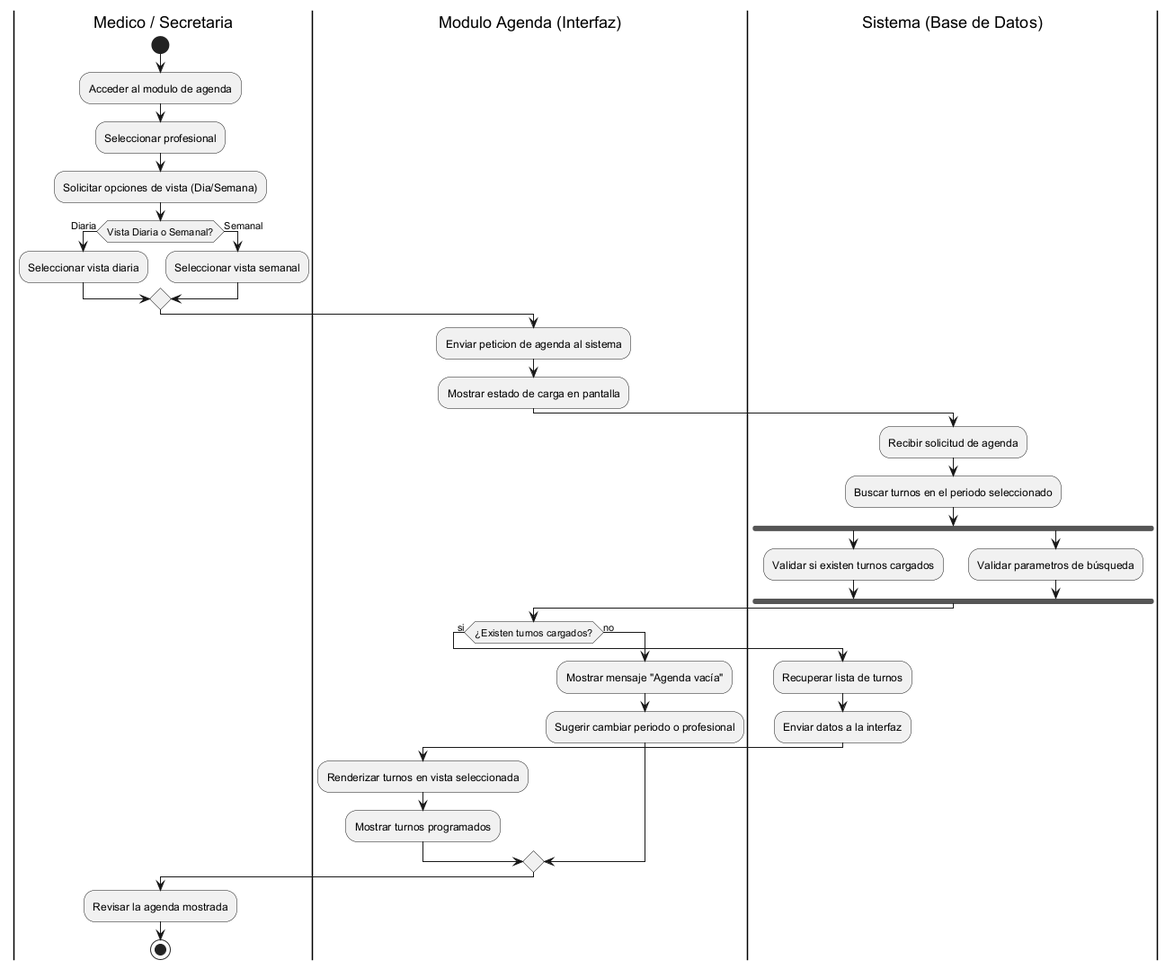
Above: diagramas/04-diagramas-actividades/04-actividad-visualizar-agenda-medica-04.png in Purezaamor/SistemaTurnosMedicos (PlantUML), before the change. The source it was exported from:
```plantuml
@startuml
|Medico / Secretaria|
start
:Acceder al modulo de agenda;
:Seleccionar profesional;
:Solicitar opciones de vista (Dia/Semana);
if (Vista Diaria o Semanal?) then (Diaria)
    :Seleccionar vista diaria;
else (Semanal)
    :Seleccionar vista semanal;
endif

|Modulo Agenda (Interfaz)|
:Enviar peticion de agenda al sistema;
:Mostrar estado de carga en pantalla;

|Sistema (Base de Datos)|
:Recibir solicitud de agenda;
:Buscar turnos en el periodo seleccionado;
fork
    :Validar si existen turnos cargados;
fork again
    :Validar parametros de búsqueda;
end fork

|Modulo Agenda (Interfaz)|
if (¿Existen turnos cargados?) then (si)
    |Sistema (Base de Datos)|
    :Recuperar lista de turnos;
    :Enviar datos a la interfaz;
    |Modulo Agenda (Interfaz)|
    :Renderizar turnos en vista seleccionada;
    :Mostrar turnos programados;
else (no)
    |Modulo Agenda (Interfaz)|
    :Mostrar mensaje "Agenda vacía";
    :Sugerir cambiar periodo o profesional;
endif

|Medico / Secretaria|
:Revisar la agenda mostrada;
stop
@enduml
```
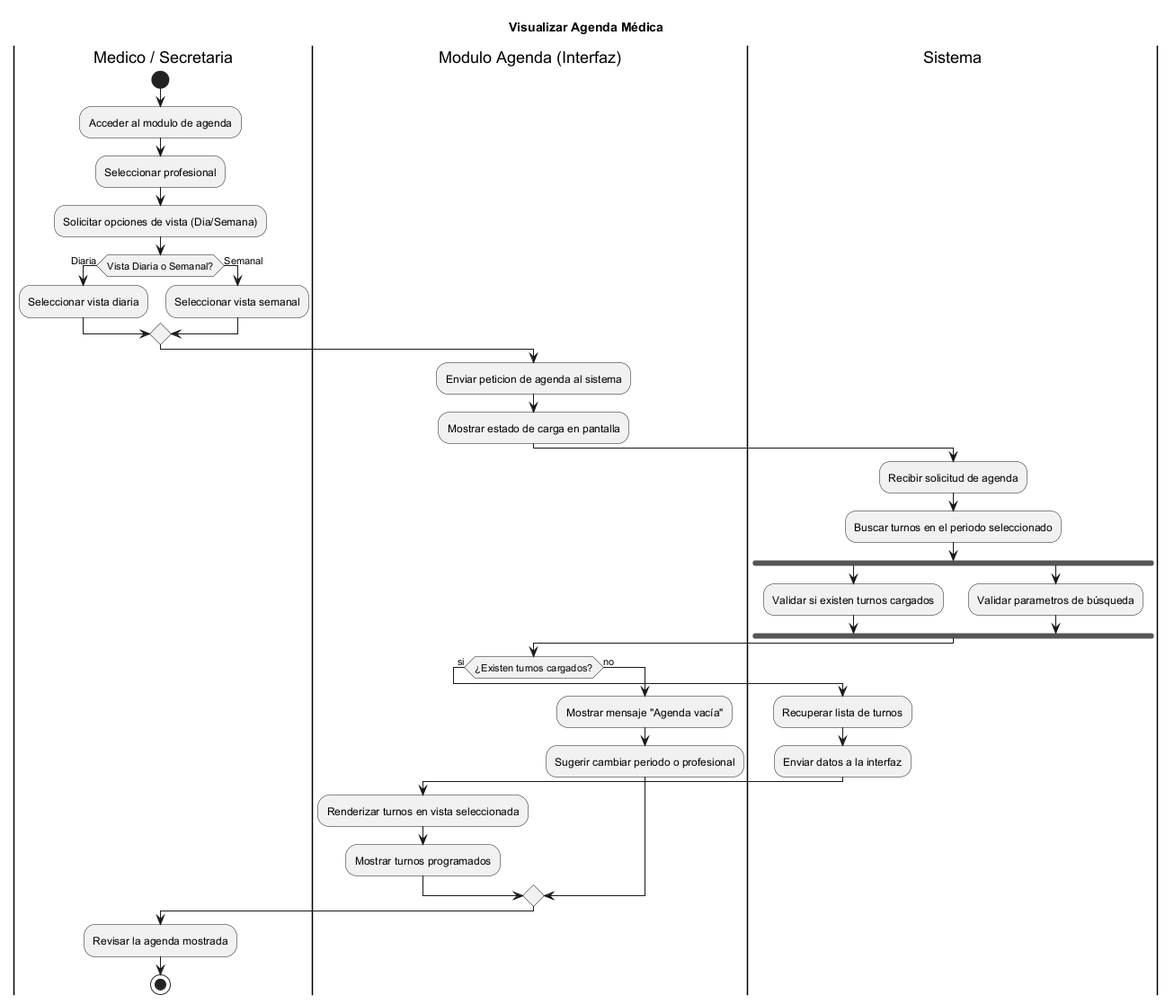
Above is the later version.

The edit, as a diff of the source:
```diff
@@ -1,4 +1,5 @@
 @startuml
+title Visualizar Agenda Médica
 |Medico / Secretaria|
 start
 :Acceder al modulo de agenda;
@@ -14,7 +15,7 @@
 :Enviar peticion de agenda al sistema;
 :Mostrar estado de carga en pantalla;
 
-|Sistema (Base de Datos)|
+|Sistema|
 :Recibir solicitud de agenda;
 :Buscar turnos en el periodo seleccionado;
 fork
@@ -25,7 +26,7 @@
 
 |Modulo Agenda (Interfaz)|
 if (¿Existen turnos cargados?) then (si)
-    |Sistema (Base de Datos)|
+    |Sistema|
     :Recuperar lista de turnos;
     :Enviar datos a la interfaz;
     |Modulo Agenda (Interfaz)|
```
